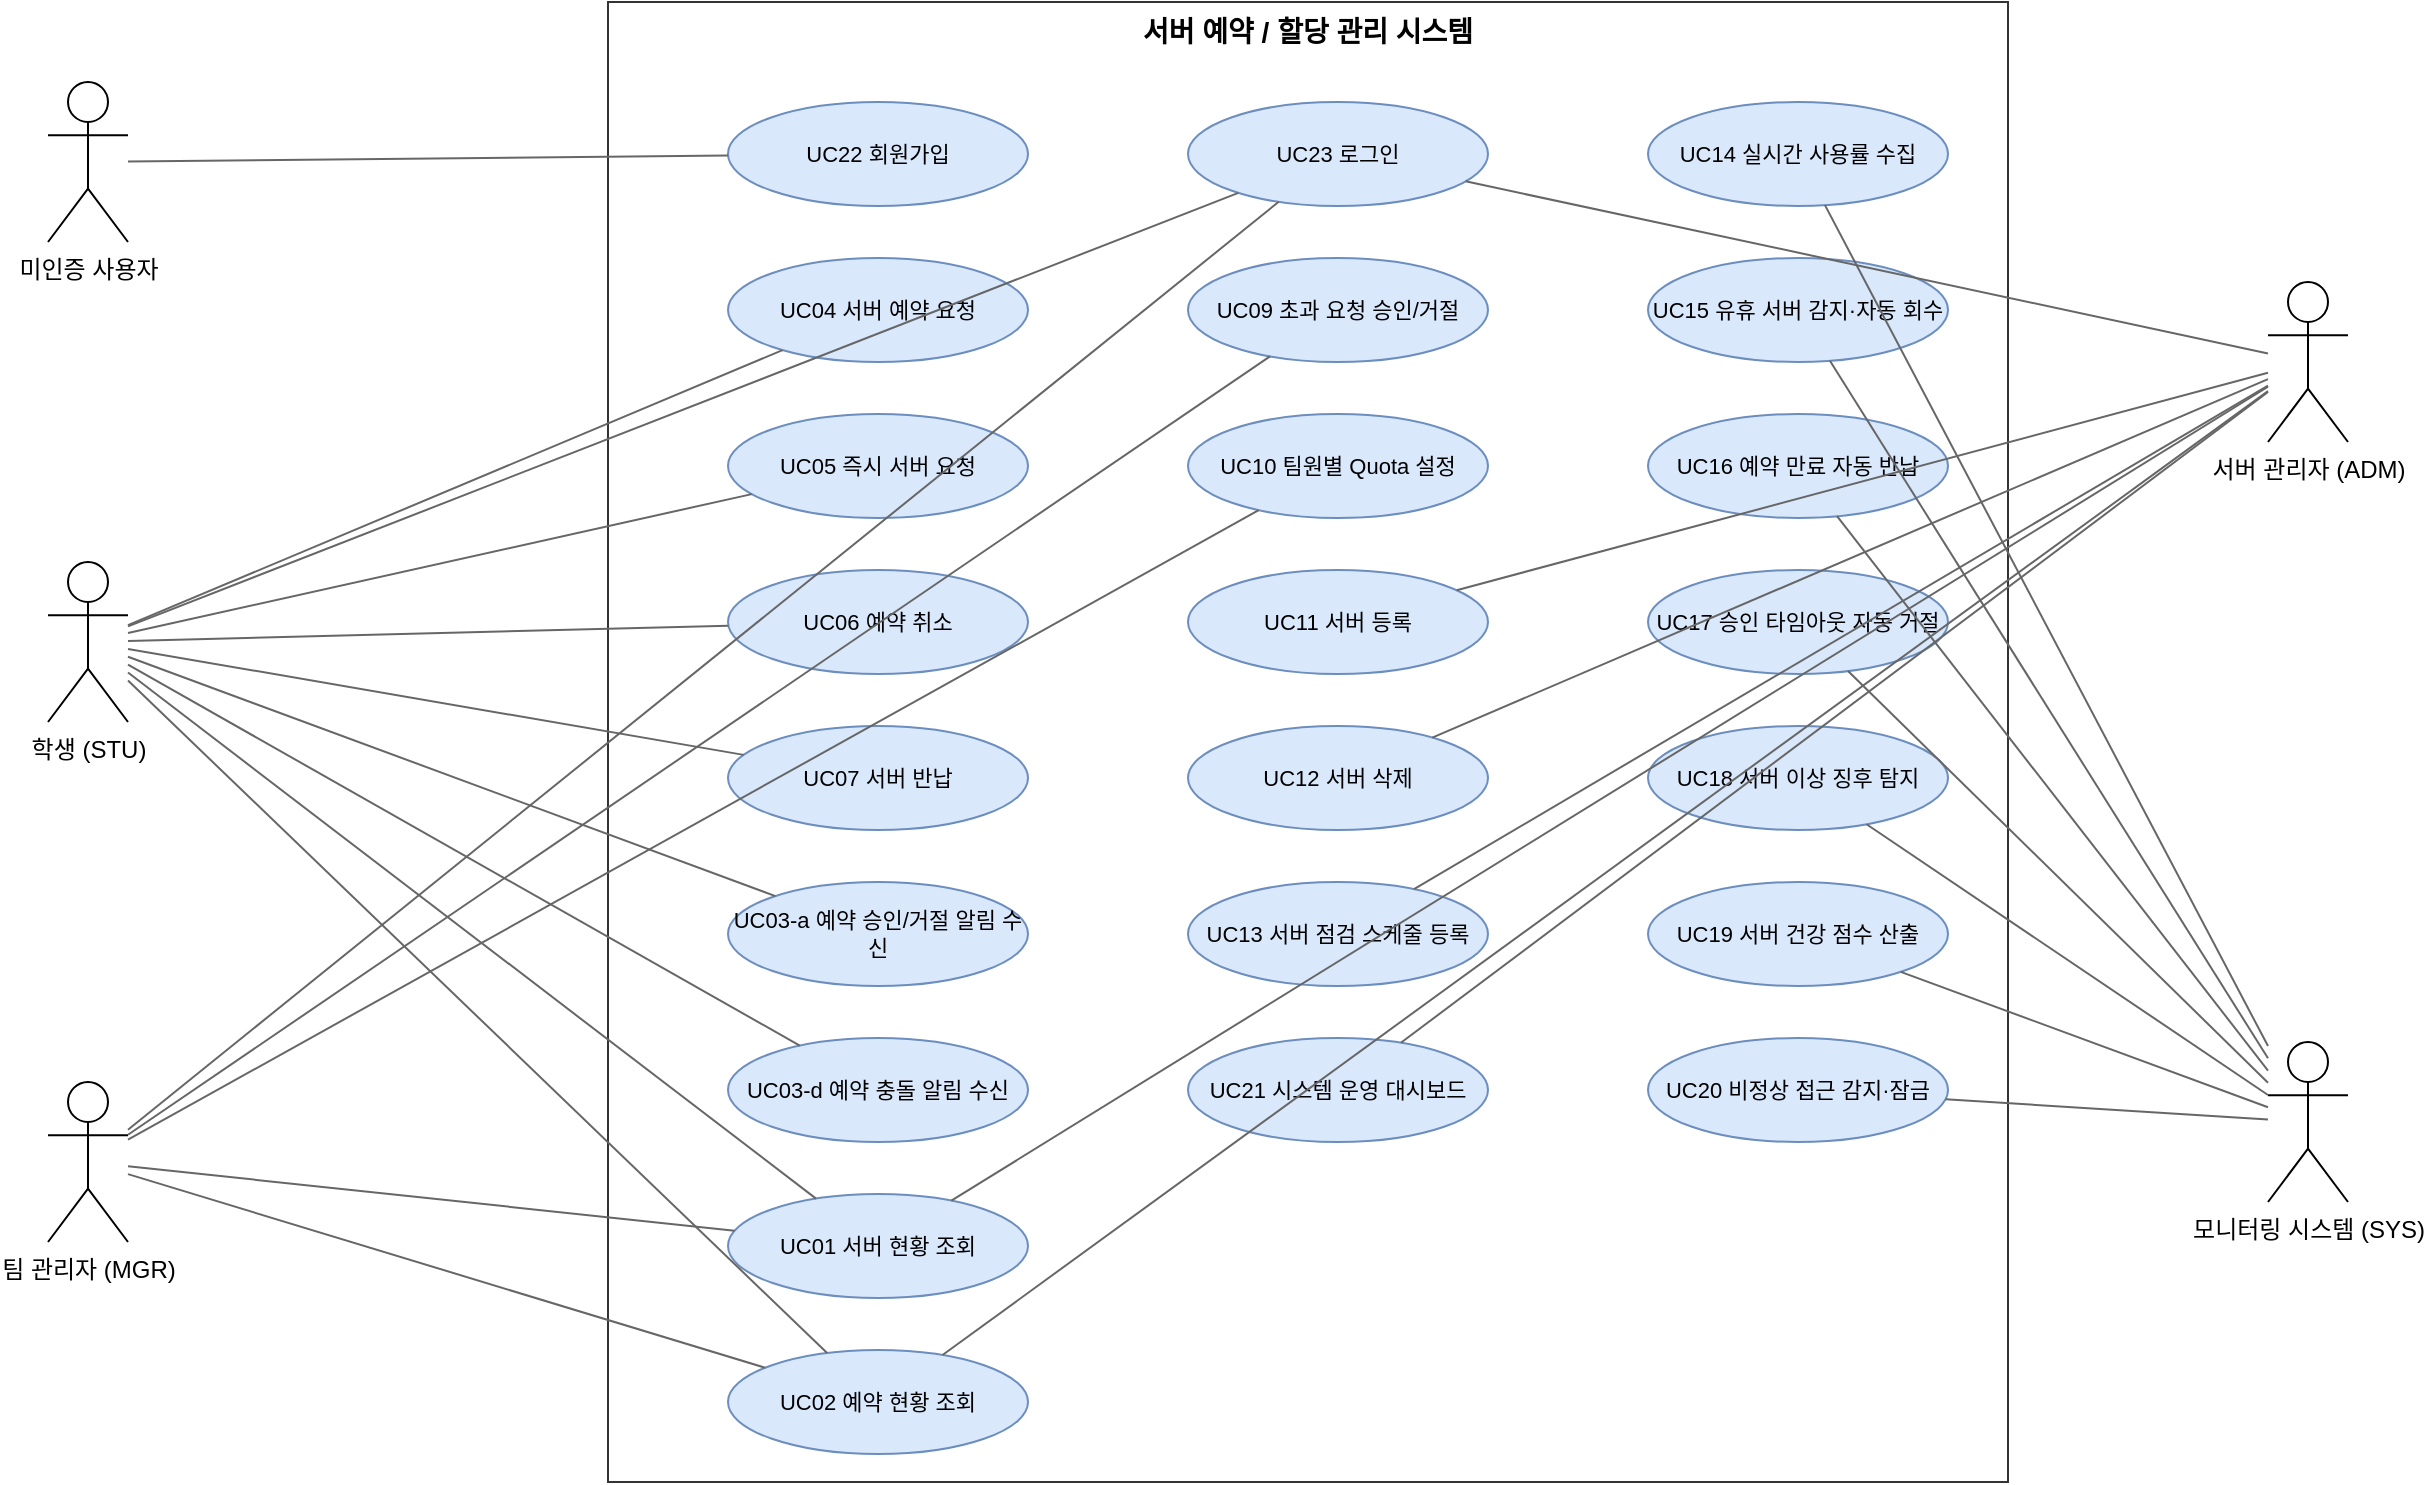
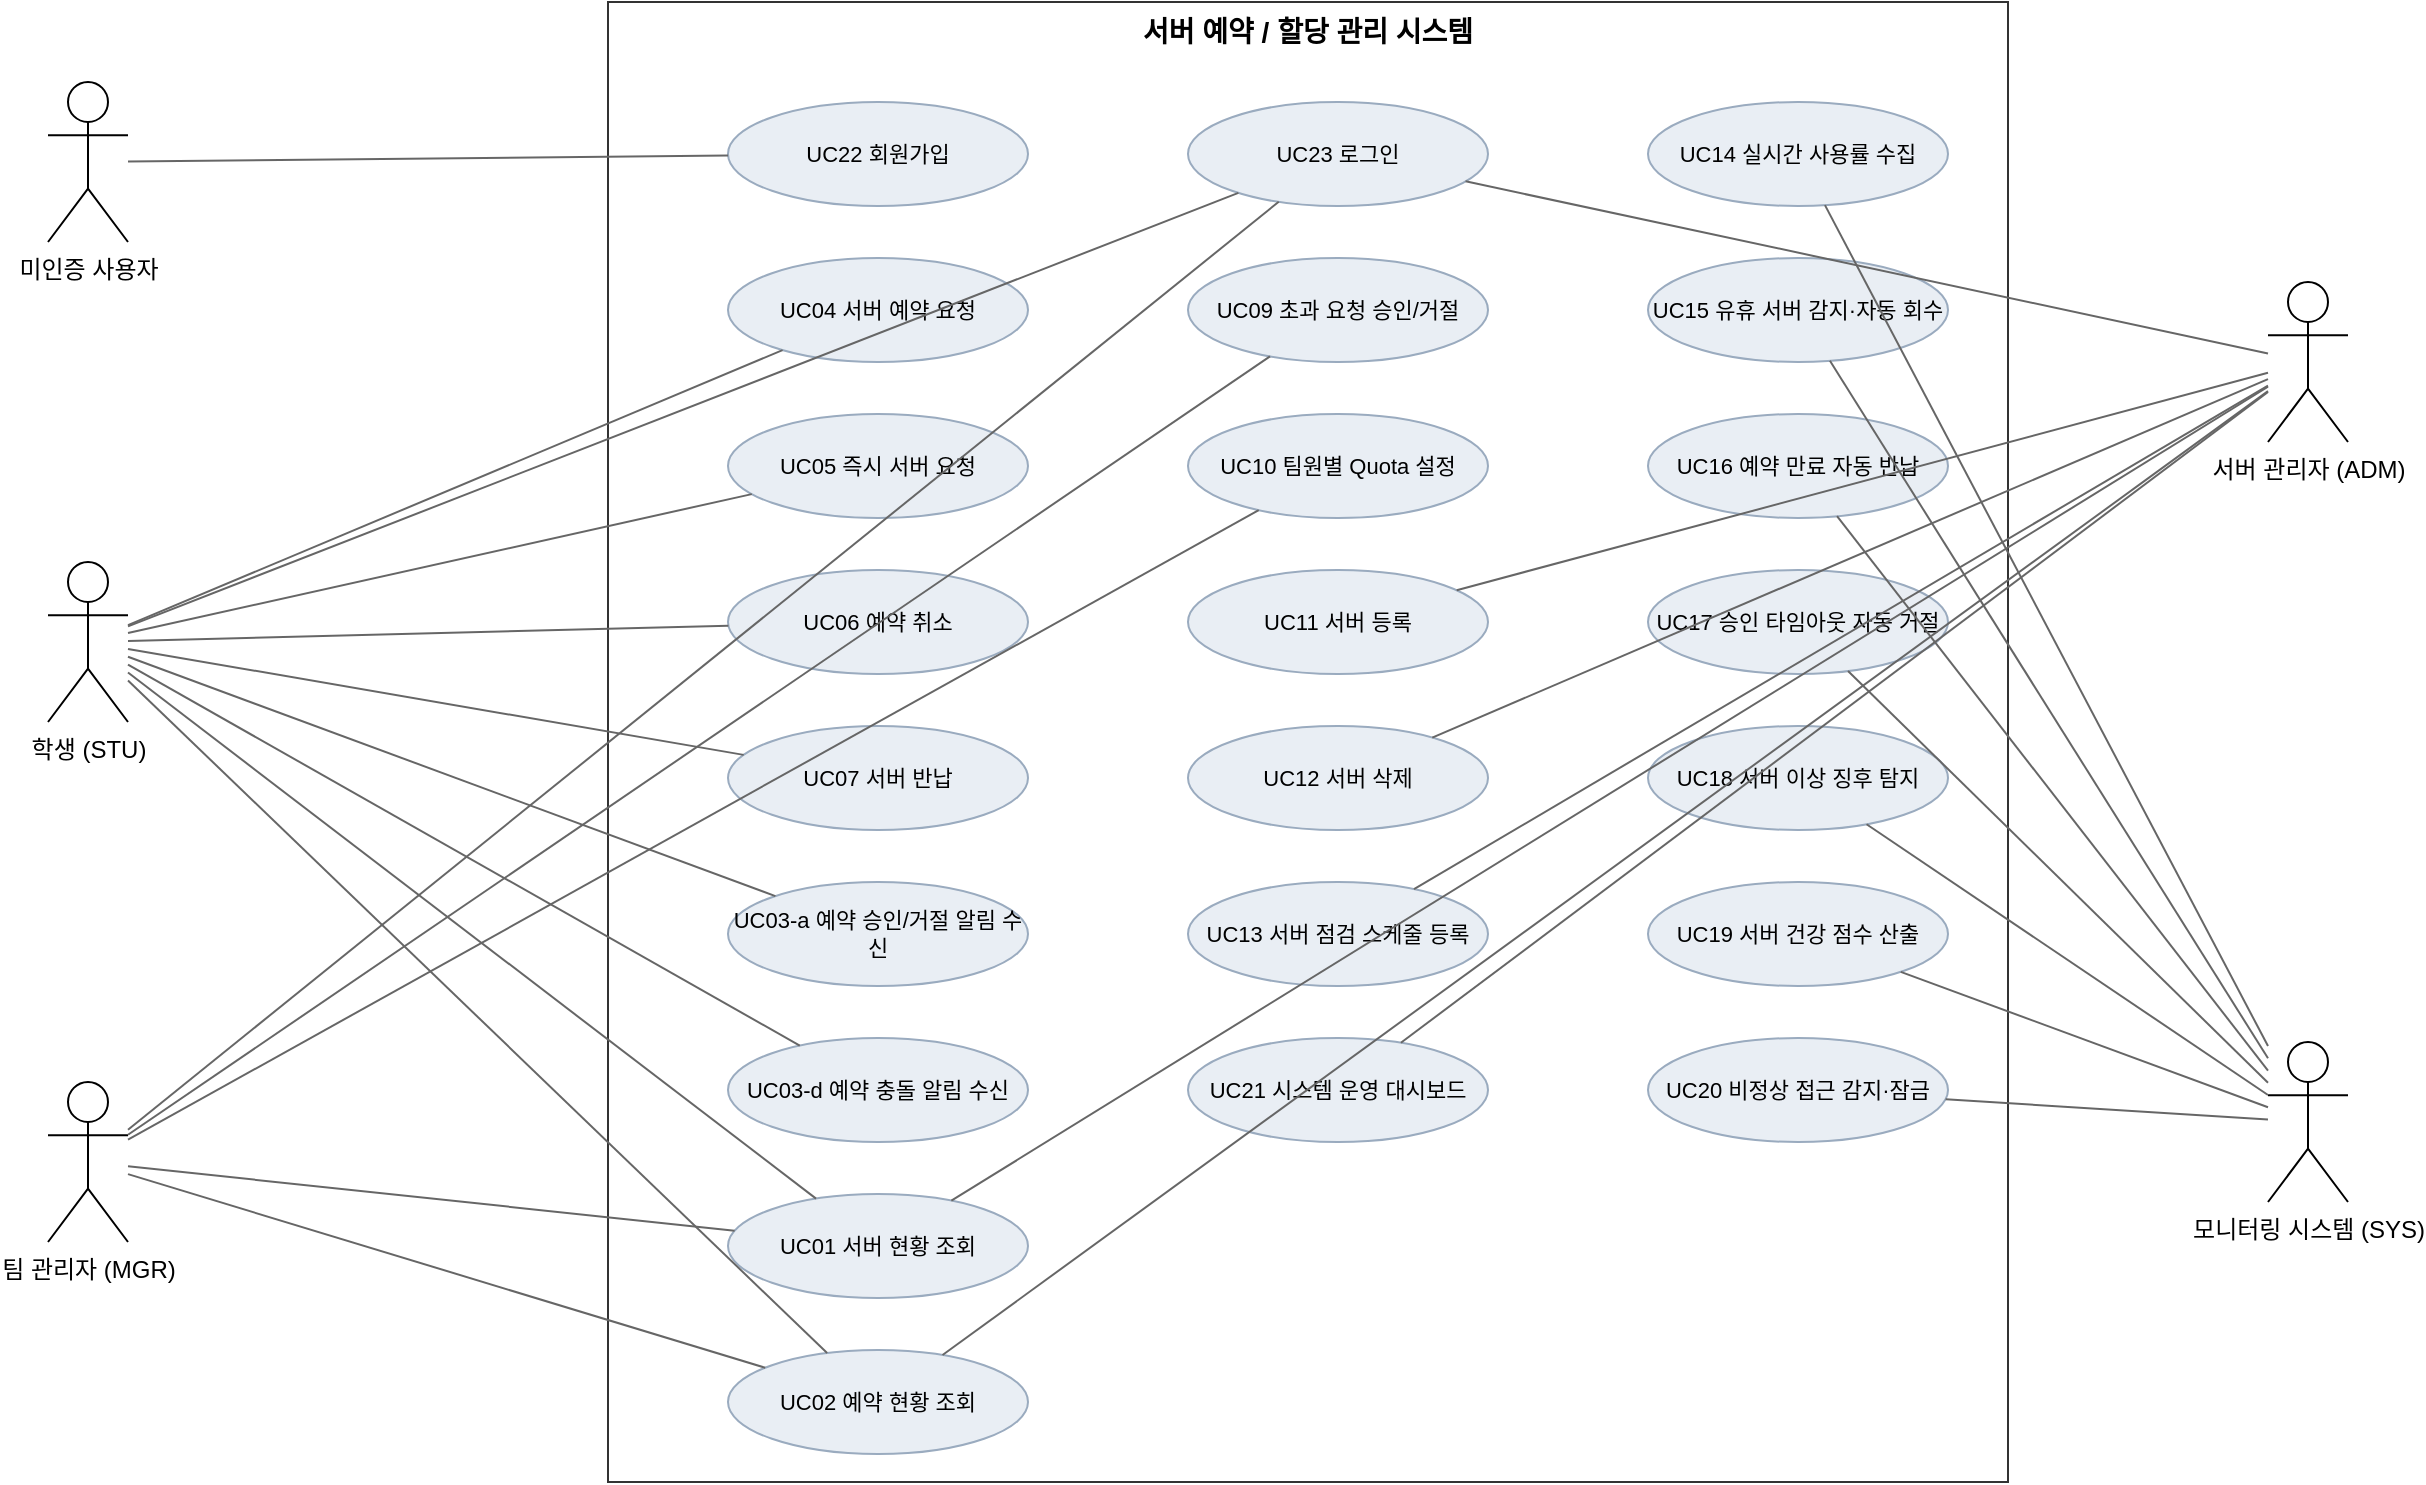
<mxfile host="app.diagrams.net" type="device">
  <diagram name="유스케이스" id="usecase-se4">
    <mxGraphModel dx="1400" dy="900" grid="1" gridSize="10" guides="1" tooltips="1" connect="1" arrows="1" fold="1" page="1" pageScale="1" pageWidth="1300" pageHeight="800" math="0" shadow="0">
      <root>
        <mxCell id="0"/>
        <mxCell id="1" parent="0"/>
        <mxCell id="boundary" value="서버 예약 / 할당 관리 시스템" style="rounded=0;whiteSpace=wrap;html=1;verticalAlign=top;fontSize=14;fontStyle=1;fillColor=none;strokeColor=#333333;" vertex="1" parent="1"><mxGeometry x="320" y="20" width="700" height="740" as="geometry"/></mxCell>
        <mxCell id="guest" value="미인증 사용자" style="shape=umlActor;verticalLabelPosition=bottom;verticalAlign=top;html=1;outlineConnect=0;fontSize=12;" vertex="1" parent="1"><mxGeometry x="40" y="60" width="40" height="80" as="geometry"/></mxCell>
        <mxCell id="STU" value="학생 (STU)" style="shape=umlActor;verticalLabelPosition=bottom;verticalAlign=top;html=1;outlineConnect=0;fontSize=12;" vertex="1" parent="1"><mxGeometry x="40" y="300" width="40" height="80" as="geometry"/></mxCell>
        <mxCell id="MGR" value="팀 관리자 (MGR)" style="shape=umlActor;verticalLabelPosition=bottom;verticalAlign=top;html=1;outlineConnect=0;fontSize=12;" vertex="1" parent="1"><mxGeometry x="40" y="560" width="40" height="80" as="geometry"/></mxCell>
        <mxCell id="ADM" value="서버 관리자 (ADM)" style="shape=umlActor;verticalLabelPosition=bottom;verticalAlign=top;html=1;outlineConnect=0;fontSize=12;" vertex="1" parent="1"><mxGeometry x="1150" y="160" width="40" height="80" as="geometry"/></mxCell>
        <mxCell id="SYS" value="모니터링 시스템 (SYS)" style="shape=umlActor;verticalLabelPosition=bottom;verticalAlign=top;html=1;outlineConnect=0;fontSize=12;" vertex="1" parent="1"><mxGeometry x="1150" y="540" width="40" height="80" as="geometry"/></mxCell>
        <mxCell id="UC22" value="UC22
- 회원가입" style="ellipse;whiteSpace=wrap;html=1;fontSize=11;fillColor=#dae8fc;strokeColor=#6c8ebf;" vertex="1" parent="1"><mxGeometry x="380" y="70" width="150" height="52" as="geometry"/></mxCell>
+ 회원가입" style="ellipse;whiteSpace=wrap;html=1;fontSize=11;fillColor=#e9eef4;strokeColor=#9aabbf;" vertex="1" parent="1"><mxGeometry x="380" y="70" width="150" height="52" as="geometry"/></mxCell>
        <mxCell id="UC04" value="UC04
- 서버 예약 요청" style="ellipse;whiteSpace=wrap;html=1;fontSize=11;fillColor=#dae8fc;strokeColor=#6c8ebf;" vertex="1" parent="1"><mxGeometry x="380" y="148" width="150" height="52" as="geometry"/></mxCell>
+ 서버 예약 요청" style="ellipse;whiteSpace=wrap;html=1;fontSize=11;fillColor=#e9eef4;strokeColor=#9aabbf;" vertex="1" parent="1"><mxGeometry x="380" y="148" width="150" height="52" as="geometry"/></mxCell>
        <mxCell id="UC05" value="UC05
- 즉시 서버 요청" style="ellipse;whiteSpace=wrap;html=1;fontSize=11;fillColor=#dae8fc;strokeColor=#6c8ebf;" vertex="1" parent="1"><mxGeometry x="380" y="226" width="150" height="52" as="geometry"/></mxCell>
+ 즉시 서버 요청" style="ellipse;whiteSpace=wrap;html=1;fontSize=11;fillColor=#e9eef4;strokeColor=#9aabbf;" vertex="1" parent="1"><mxGeometry x="380" y="226" width="150" height="52" as="geometry"/></mxCell>
        <mxCell id="UC06" value="UC06
- 예약 취소" style="ellipse;whiteSpace=wrap;html=1;fontSize=11;fillColor=#dae8fc;strokeColor=#6c8ebf;" vertex="1" parent="1"><mxGeometry x="380" y="304" width="150" height="52" as="geometry"/></mxCell>
+ 예약 취소" style="ellipse;whiteSpace=wrap;html=1;fontSize=11;fillColor=#e9eef4;strokeColor=#9aabbf;" vertex="1" parent="1"><mxGeometry x="380" y="304" width="150" height="52" as="geometry"/></mxCell>
        <mxCell id="UC07" value="UC07
- 서버 반납" style="ellipse;whiteSpace=wrap;html=1;fontSize=11;fillColor=#dae8fc;strokeColor=#6c8ebf;" vertex="1" parent="1"><mxGeometry x="380" y="382" width="150" height="52" as="geometry"/></mxCell>
+ 서버 반납" style="ellipse;whiteSpace=wrap;html=1;fontSize=11;fillColor=#e9eef4;strokeColor=#9aabbf;" vertex="1" parent="1"><mxGeometry x="380" y="382" width="150" height="52" as="geometry"/></mxCell>
        <mxCell id="UC03-a" value="UC03-a
- 예약 승인/거절 알림 수신" style="ellipse;whiteSpace=wrap;html=1;fontSize=11;fillColor=#dae8fc;strokeColor=#6c8ebf;" vertex="1" parent="1"><mxGeometry x="380" y="460" width="150" height="52" as="geometry"/></mxCell>
+ 예약 승인/거절 알림 수신" style="ellipse;whiteSpace=wrap;html=1;fontSize=11;fillColor=#e9eef4;strokeColor=#9aabbf;" vertex="1" parent="1"><mxGeometry x="380" y="460" width="150" height="52" as="geometry"/></mxCell>
        <mxCell id="UC03-d" value="UC03-d
- 예약 충돌 알림 수신" style="ellipse;whiteSpace=wrap;html=1;fontSize=11;fillColor=#dae8fc;strokeColor=#6c8ebf;" vertex="1" parent="1"><mxGeometry x="380" y="538" width="150" height="52" as="geometry"/></mxCell>
+ 예약 충돌 알림 수신" style="ellipse;whiteSpace=wrap;html=1;fontSize=11;fillColor=#e9eef4;strokeColor=#9aabbf;" vertex="1" parent="1"><mxGeometry x="380" y="538" width="150" height="52" as="geometry"/></mxCell>
        <mxCell id="UC01" value="UC01
- 서버 현황 조회" style="ellipse;whiteSpace=wrap;html=1;fontSize=11;fillColor=#dae8fc;strokeColor=#6c8ebf;" vertex="1" parent="1"><mxGeometry x="380" y="616" width="150" height="52" as="geometry"/></mxCell>
+ 서버 현황 조회" style="ellipse;whiteSpace=wrap;html=1;fontSize=11;fillColor=#e9eef4;strokeColor=#9aabbf;" vertex="1" parent="1"><mxGeometry x="380" y="616" width="150" height="52" as="geometry"/></mxCell>
        <mxCell id="UC02" value="UC02
- 예약 현황 조회" style="ellipse;whiteSpace=wrap;html=1;fontSize=11;fillColor=#dae8fc;strokeColor=#6c8ebf;" vertex="1" parent="1"><mxGeometry x="380" y="694" width="150" height="52" as="geometry"/></mxCell>
+ 예약 현황 조회" style="ellipse;whiteSpace=wrap;html=1;fontSize=11;fillColor=#e9eef4;strokeColor=#9aabbf;" vertex="1" parent="1"><mxGeometry x="380" y="694" width="150" height="52" as="geometry"/></mxCell>
        <mxCell id="UC23" value="UC23
- 로그인" style="ellipse;whiteSpace=wrap;html=1;fontSize=11;fillColor=#dae8fc;strokeColor=#6c8ebf;" vertex="1" parent="1"><mxGeometry x="610" y="70" width="150" height="52" as="geometry"/></mxCell>
+ 로그인" style="ellipse;whiteSpace=wrap;html=1;fontSize=11;fillColor=#e9eef4;strokeColor=#9aabbf;" vertex="1" parent="1"><mxGeometry x="610" y="70" width="150" height="52" as="geometry"/></mxCell>
        <mxCell id="UC09" value="UC09
- 초과 요청 승인/거절" style="ellipse;whiteSpace=wrap;html=1;fontSize=11;fillColor=#dae8fc;strokeColor=#6c8ebf;" vertex="1" parent="1"><mxGeometry x="610" y="148" width="150" height="52" as="geometry"/></mxCell>
+ 초과 요청 승인/거절" style="ellipse;whiteSpace=wrap;html=1;fontSize=11;fillColor=#e9eef4;strokeColor=#9aabbf;" vertex="1" parent="1"><mxGeometry x="610" y="148" width="150" height="52" as="geometry"/></mxCell>
        <mxCell id="UC10" value="UC10
- 팀원별 Quota 설정" style="ellipse;whiteSpace=wrap;html=1;fontSize=11;fillColor=#dae8fc;strokeColor=#6c8ebf;" vertex="1" parent="1"><mxGeometry x="610" y="226" width="150" height="52" as="geometry"/></mxCell>
+ 팀원별 Quota 설정" style="ellipse;whiteSpace=wrap;html=1;fontSize=11;fillColor=#e9eef4;strokeColor=#9aabbf;" vertex="1" parent="1"><mxGeometry x="610" y="226" width="150" height="52" as="geometry"/></mxCell>
        <mxCell id="UC11" value="UC11
- 서버 등록" style="ellipse;whiteSpace=wrap;html=1;fontSize=11;fillColor=#dae8fc;strokeColor=#6c8ebf;" vertex="1" parent="1"><mxGeometry x="610" y="304" width="150" height="52" as="geometry"/></mxCell>
+ 서버 등록" style="ellipse;whiteSpace=wrap;html=1;fontSize=11;fillColor=#e9eef4;strokeColor=#9aabbf;" vertex="1" parent="1"><mxGeometry x="610" y="304" width="150" height="52" as="geometry"/></mxCell>
        <mxCell id="UC12" value="UC12
- 서버 삭제" style="ellipse;whiteSpace=wrap;html=1;fontSize=11;fillColor=#dae8fc;strokeColor=#6c8ebf;" vertex="1" parent="1"><mxGeometry x="610" y="382" width="150" height="52" as="geometry"/></mxCell>
+ 서버 삭제" style="ellipse;whiteSpace=wrap;html=1;fontSize=11;fillColor=#e9eef4;strokeColor=#9aabbf;" vertex="1" parent="1"><mxGeometry x="610" y="382" width="150" height="52" as="geometry"/></mxCell>
        <mxCell id="UC13" value="UC13
- 서버 점검 스케줄 등록" style="ellipse;whiteSpace=wrap;html=1;fontSize=11;fillColor=#dae8fc;strokeColor=#6c8ebf;" vertex="1" parent="1"><mxGeometry x="610" y="460" width="150" height="52" as="geometry"/></mxCell>
+ 서버 점검 스케줄 등록" style="ellipse;whiteSpace=wrap;html=1;fontSize=11;fillColor=#e9eef4;strokeColor=#9aabbf;" vertex="1" parent="1"><mxGeometry x="610" y="460" width="150" height="52" as="geometry"/></mxCell>
        <mxCell id="UC21" value="UC21
- 시스템 운영 대시보드" style="ellipse;whiteSpace=wrap;html=1;fontSize=11;fillColor=#dae8fc;strokeColor=#6c8ebf;" vertex="1" parent="1"><mxGeometry x="610" y="538" width="150" height="52" as="geometry"/></mxCell>
+ 시스템 운영 대시보드" style="ellipse;whiteSpace=wrap;html=1;fontSize=11;fillColor=#e9eef4;strokeColor=#9aabbf;" vertex="1" parent="1"><mxGeometry x="610" y="538" width="150" height="52" as="geometry"/></mxCell>
        <mxCell id="UC14" value="UC14
- 실시간 사용률 수집" style="ellipse;whiteSpace=wrap;html=1;fontSize=11;fillColor=#dae8fc;strokeColor=#6c8ebf;" vertex="1" parent="1"><mxGeometry x="840" y="70" width="150" height="52" as="geometry"/></mxCell>
+ 실시간 사용률 수집" style="ellipse;whiteSpace=wrap;html=1;fontSize=11;fillColor=#e9eef4;strokeColor=#9aabbf;" vertex="1" parent="1"><mxGeometry x="840" y="70" width="150" height="52" as="geometry"/></mxCell>
        <mxCell id="UC15" value="UC15
- 유휴 서버 감지·자동 회수" style="ellipse;whiteSpace=wrap;html=1;fontSize=11;fillColor=#dae8fc;strokeColor=#6c8ebf;" vertex="1" parent="1"><mxGeometry x="840" y="148" width="150" height="52" as="geometry"/></mxCell>
+ 유휴 서버 감지·자동 회수" style="ellipse;whiteSpace=wrap;html=1;fontSize=11;fillColor=#e9eef4;strokeColor=#9aabbf;" vertex="1" parent="1"><mxGeometry x="840" y="148" width="150" height="52" as="geometry"/></mxCell>
        <mxCell id="UC16" value="UC16
- 예약 만료 자동 반납" style="ellipse;whiteSpace=wrap;html=1;fontSize=11;fillColor=#dae8fc;strokeColor=#6c8ebf;" vertex="1" parent="1"><mxGeometry x="840" y="226" width="150" height="52" as="geometry"/></mxCell>
+ 예약 만료 자동 반납" style="ellipse;whiteSpace=wrap;html=1;fontSize=11;fillColor=#e9eef4;strokeColor=#9aabbf;" vertex="1" parent="1"><mxGeometry x="840" y="226" width="150" height="52" as="geometry"/></mxCell>
        <mxCell id="UC17" value="UC17
- 승인 타임아웃 자동 거절" style="ellipse;whiteSpace=wrap;html=1;fontSize=11;fillColor=#dae8fc;strokeColor=#6c8ebf;" vertex="1" parent="1"><mxGeometry x="840" y="304" width="150" height="52" as="geometry"/></mxCell>
+ 승인 타임아웃 자동 거절" style="ellipse;whiteSpace=wrap;html=1;fontSize=11;fillColor=#e9eef4;strokeColor=#9aabbf;" vertex="1" parent="1"><mxGeometry x="840" y="304" width="150" height="52" as="geometry"/></mxCell>
        <mxCell id="UC18" value="UC18
- 서버 이상 징후 탐지" style="ellipse;whiteSpace=wrap;html=1;fontSize=11;fillColor=#dae8fc;strokeColor=#6c8ebf;" vertex="1" parent="1"><mxGeometry x="840" y="382" width="150" height="52" as="geometry"/></mxCell>
+ 서버 이상 징후 탐지" style="ellipse;whiteSpace=wrap;html=1;fontSize=11;fillColor=#e9eef4;strokeColor=#9aabbf;" vertex="1" parent="1"><mxGeometry x="840" y="382" width="150" height="52" as="geometry"/></mxCell>
        <mxCell id="UC19" value="UC19
- 서버 건강 점수 산출" style="ellipse;whiteSpace=wrap;html=1;fontSize=11;fillColor=#dae8fc;strokeColor=#6c8ebf;" vertex="1" parent="1"><mxGeometry x="840" y="460" width="150" height="52" as="geometry"/></mxCell>
+ 서버 건강 점수 산출" style="ellipse;whiteSpace=wrap;html=1;fontSize=11;fillColor=#e9eef4;strokeColor=#9aabbf;" vertex="1" parent="1"><mxGeometry x="840" y="460" width="150" height="52" as="geometry"/></mxCell>
        <mxCell id="UC20" value="UC20
- 비정상 접근 감지·잠금" style="ellipse;whiteSpace=wrap;html=1;fontSize=11;fillColor=#dae8fc;strokeColor=#6c8ebf;" vertex="1" parent="1"><mxGeometry x="840" y="538" width="150" height="52" as="geometry"/></mxCell>
+ 비정상 접근 감지·잠금" style="ellipse;whiteSpace=wrap;html=1;fontSize=11;fillColor=#e9eef4;strokeColor=#9aabbf;" vertex="1" parent="1"><mxGeometry x="840" y="538" width="150" height="52" as="geometry"/></mxCell>
        <mxCell id="e1" style="endArrow=none;html=1;strokeColor=#666666;" edge="1" parent="1" source="guest" target="UC22"><mxGeometry relative="1" as="geometry"/></mxCell>
        <mxCell id="e2" style="endArrow=none;html=1;strokeColor=#666666;" edge="1" parent="1" source="STU" target="UC01"><mxGeometry relative="1" as="geometry"/></mxCell>
        <mxCell id="e3" style="endArrow=none;html=1;strokeColor=#666666;" edge="1" parent="1" source="STU" target="UC02"><mxGeometry relative="1" as="geometry"/></mxCell>
        <mxCell id="e4" style="endArrow=none;html=1;strokeColor=#666666;" edge="1" parent="1" source="STU" target="UC03-a"><mxGeometry relative="1" as="geometry"/></mxCell>
        <mxCell id="e5" style="endArrow=none;html=1;strokeColor=#666666;" edge="1" parent="1" source="STU" target="UC03-d"><mxGeometry relative="1" as="geometry"/></mxCell>
        <mxCell id="e6" style="endArrow=none;html=1;strokeColor=#666666;" edge="1" parent="1" source="STU" target="UC04"><mxGeometry relative="1" as="geometry"/></mxCell>
        <mxCell id="e7" style="endArrow=none;html=1;strokeColor=#666666;" edge="1" parent="1" source="STU" target="UC05"><mxGeometry relative="1" as="geometry"/></mxCell>
        <mxCell id="e8" style="endArrow=none;html=1;strokeColor=#666666;" edge="1" parent="1" source="STU" target="UC06"><mxGeometry relative="1" as="geometry"/></mxCell>
        <mxCell id="e9" style="endArrow=none;html=1;strokeColor=#666666;" edge="1" parent="1" source="STU" target="UC07"><mxGeometry relative="1" as="geometry"/></mxCell>
        <mxCell id="e10" style="endArrow=none;html=1;strokeColor=#666666;" edge="1" parent="1" source="STU" target="UC23"><mxGeometry relative="1" as="geometry"/></mxCell>
        <mxCell id="e11" style="endArrow=none;html=1;strokeColor=#666666;" edge="1" parent="1" source="MGR" target="UC01"><mxGeometry relative="1" as="geometry"/></mxCell>
        <mxCell id="e12" style="endArrow=none;html=1;strokeColor=#666666;" edge="1" parent="1" source="MGR" target="UC02"><mxGeometry relative="1" as="geometry"/></mxCell>
        <mxCell id="e13" style="endArrow=none;html=1;strokeColor=#666666;" edge="1" parent="1" source="MGR" target="UC09"><mxGeometry relative="1" as="geometry"/></mxCell>
        <mxCell id="e14" style="endArrow=none;html=1;strokeColor=#666666;" edge="1" parent="1" source="MGR" target="UC10"><mxGeometry relative="1" as="geometry"/></mxCell>
        <mxCell id="e15" style="endArrow=none;html=1;strokeColor=#666666;" edge="1" parent="1" source="MGR" target="UC23"><mxGeometry relative="1" as="geometry"/></mxCell>
        <mxCell id="e16" style="endArrow=none;html=1;strokeColor=#666666;" edge="1" parent="1" source="ADM" target="UC01"><mxGeometry relative="1" as="geometry"/></mxCell>
        <mxCell id="e17" style="endArrow=none;html=1;strokeColor=#666666;" edge="1" parent="1" source="ADM" target="UC02"><mxGeometry relative="1" as="geometry"/></mxCell>
        <mxCell id="e18" style="endArrow=none;html=1;strokeColor=#666666;" edge="1" parent="1" source="ADM" target="UC11"><mxGeometry relative="1" as="geometry"/></mxCell>
        <mxCell id="e19" style="endArrow=none;html=1;strokeColor=#666666;" edge="1" parent="1" source="ADM" target="UC12"><mxGeometry relative="1" as="geometry"/></mxCell>
        <mxCell id="e20" style="endArrow=none;html=1;strokeColor=#666666;" edge="1" parent="1" source="ADM" target="UC13"><mxGeometry relative="1" as="geometry"/></mxCell>
        <mxCell id="e21" style="endArrow=none;html=1;strokeColor=#666666;" edge="1" parent="1" source="ADM" target="UC21"><mxGeometry relative="1" as="geometry"/></mxCell>
        <mxCell id="e22" style="endArrow=none;html=1;strokeColor=#666666;" edge="1" parent="1" source="ADM" target="UC23"><mxGeometry relative="1" as="geometry"/></mxCell>
        <mxCell id="e23" style="endArrow=none;html=1;strokeColor=#666666;" edge="1" parent="1" source="SYS" target="UC14"><mxGeometry relative="1" as="geometry"/></mxCell>
        <mxCell id="e24" style="endArrow=none;html=1;strokeColor=#666666;" edge="1" parent="1" source="SYS" target="UC15"><mxGeometry relative="1" as="geometry"/></mxCell>
        <mxCell id="e25" style="endArrow=none;html=1;strokeColor=#666666;" edge="1" parent="1" source="SYS" target="UC16"><mxGeometry relative="1" as="geometry"/></mxCell>
        <mxCell id="e26" style="endArrow=none;html=1;strokeColor=#666666;" edge="1" parent="1" source="SYS" target="UC17"><mxGeometry relative="1" as="geometry"/></mxCell>
        <mxCell id="e27" style="endArrow=none;html=1;strokeColor=#666666;" edge="1" parent="1" source="SYS" target="UC18"><mxGeometry relative="1" as="geometry"/></mxCell>
        <mxCell id="e28" style="endArrow=none;html=1;strokeColor=#666666;" edge="1" parent="1" source="SYS" target="UC19"><mxGeometry relative="1" as="geometry"/></mxCell>
        <mxCell id="e29" style="endArrow=none;html=1;strokeColor=#666666;" edge="1" parent="1" source="SYS" target="UC20"><mxGeometry relative="1" as="geometry"/></mxCell>
      </root>
    </mxGraphModel>
  </diagram>
</mxfile>
